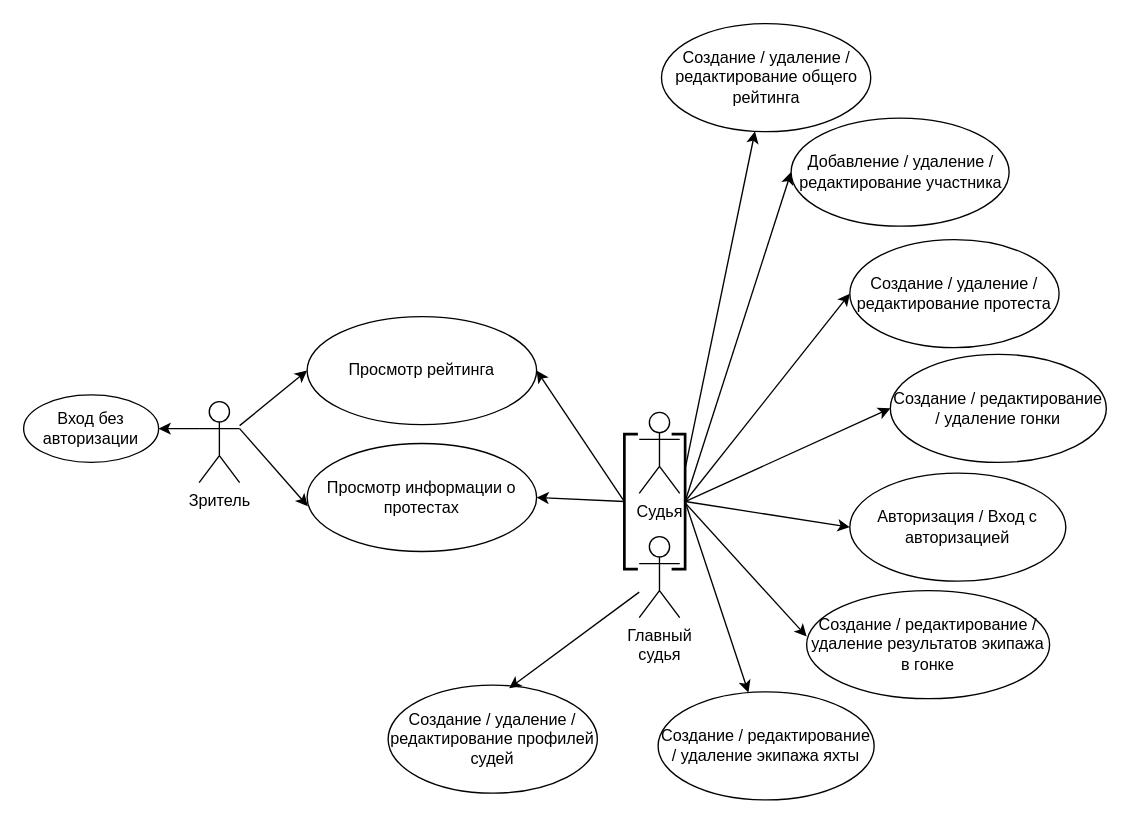
Above: page "Use-Case" (1 of 6) of schemes/Диаграммки.drawio in lalala-0/PPO_BMSTU (draw.io), before the change. Source tidied: cells renumbered, new cells numbered last; positions are measured from the earlier drawing's top-left corner, leaving out a move shared by most shapes. Both pictures are drawn from the tidied source at 135%, with x=0, y=0 at pixel (23, 23).
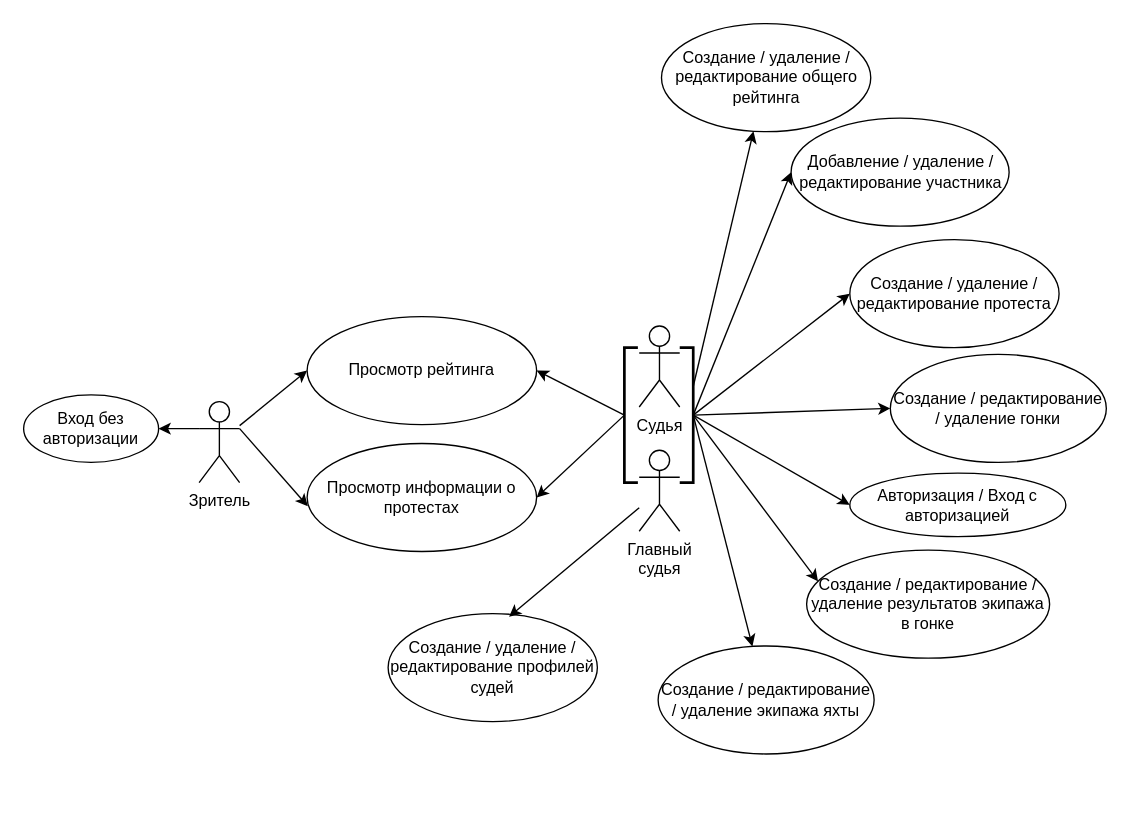
The same diagram, later.

What changed in the source:
```diff
@@
     <mxCell id="7" value="Судья&lt;div&gt;&lt;br/&gt;&lt;/div&gt;" style="shape=umlActor;verticalLabelPosition=bottom;verticalAlign=top;html=1;" parent="1" vertex="1">
-      <mxGeometry x="456" y="288" width="30" height="60" as="geometry" />
+      <mxGeometry x="456" y="224" width="30" height="60" as="geometry" />
     </mxCell>
-    <mxCell id="8" style="edgeStyle=none;rounded=0;orthogonalLoop=1;jettySize=auto;html=1;exitX=0;exitY=0.43;exitDx=0;exitDy=0;exitPerimeter=0;entryX=0;entryY=0.5;entryDx=0;entryDy=0;" parent="1" edge="1">
-      <mxGeometry relative="1" as="geometry">
-        <mxPoint x="490" y="355" as="sourcePoint" />
-        <mxPoint x="580" y="454" as="targetPoint" />
-      </mxGeometry>
+    <mxCell id="8" style="edgeStyle=none;rounded=0;jettySize=auto;html=1;exitX=0;exitY=0.5;exitDx=0;exitDy=0;exitPerimeter=0;entryX=0.047;entryY=0.29;entryDx=0;entryDy=0;entryPerimeter=0;" parent="1" edge="1" source="30" target="19">
+      <mxGeometry relative="1" as="geometry" />
     </mxCell>
@@
     <mxCell id="12" value="Авторизация / Вход с авторизацией" style="ellipse;whiteSpace=wrap;html=1;" parent="1" vertex="1">
-      <mxGeometry x="612" y="333" width="160" height="80" as="geometry" />
+      <mxGeometry x="612" y="333" width="160" height="47" as="geometry" />
     </mxCell>
@@
     <mxCell id="19" value="Создание / редактирование / удаление результатов экипажа в гонке" style="ellipse;whiteSpace=wrap;html=1;" parent="1" vertex="1">
-      <mxGeometry x="580" y="420" width="180" height="80" as="geometry" />
+      <mxGeometry x="580" y="390" width="180" height="80" as="geometry" />
     </mxCell>
     <mxCell id="20" value="Создание / редактирование / удаление экипажа яхты" style="ellipse;whiteSpace=wrap;html=1;" parent="1" vertex="1">
-      <mxGeometry x="470" y="495" width="160" height="80" as="geometry" />
+      <mxGeometry x="470" y="461" width="160" height="80" as="geometry" />
     </mxCell>
@@
     <mxCell id="25" value="Главный &lt;br&gt;судья&lt;div&gt;&lt;br&gt;&lt;/div&gt;" style="shape=umlActor;verticalLabelPosition=bottom;verticalAlign=top;html=1;outlineConnect=0;" parent="1" vertex="1">
-      <mxGeometry x="456" y="380" width="30" height="60" as="geometry" />
+      <mxGeometry x="456" y="316" width="30" height="60" as="geometry" />
     </mxCell>
     <mxCell id="26" value="Создание / удаление / редактирование профилей судей" style="ellipse;whiteSpace=wrap;html=1;" parent="1" vertex="1">
-      <mxGeometry x="270" y="490" width="155" height="80" as="geometry" />
+      <mxGeometry x="270" y="437" width="155" height="80" as="geometry" />
     </mxCell>
@@
     <mxCell id="28" style="strokeWidth=2;html=1;shape=mxgraph.flowchart.annotation_1;align=left;" parent="1" vertex="1">
-      <mxGeometry x="445" y="304" width="10" height="100" as="geometry" />
+      <mxGeometry x="445" y="240" width="10" height="100" as="geometry" />
     </mxCell>
@@
     <mxCell id="30" style="strokeWidth=2;html=1;shape=mxgraph.flowchart.annotation_1;align=left;rotation=-180;" parent="1" vertex="1">
-      <mxGeometry x="480" y="304" width="10" height="100" as="geometry" />
+      <mxGeometry x="486" y="240" width="10" height="100" as="geometry" />
     </mxCell>
```
